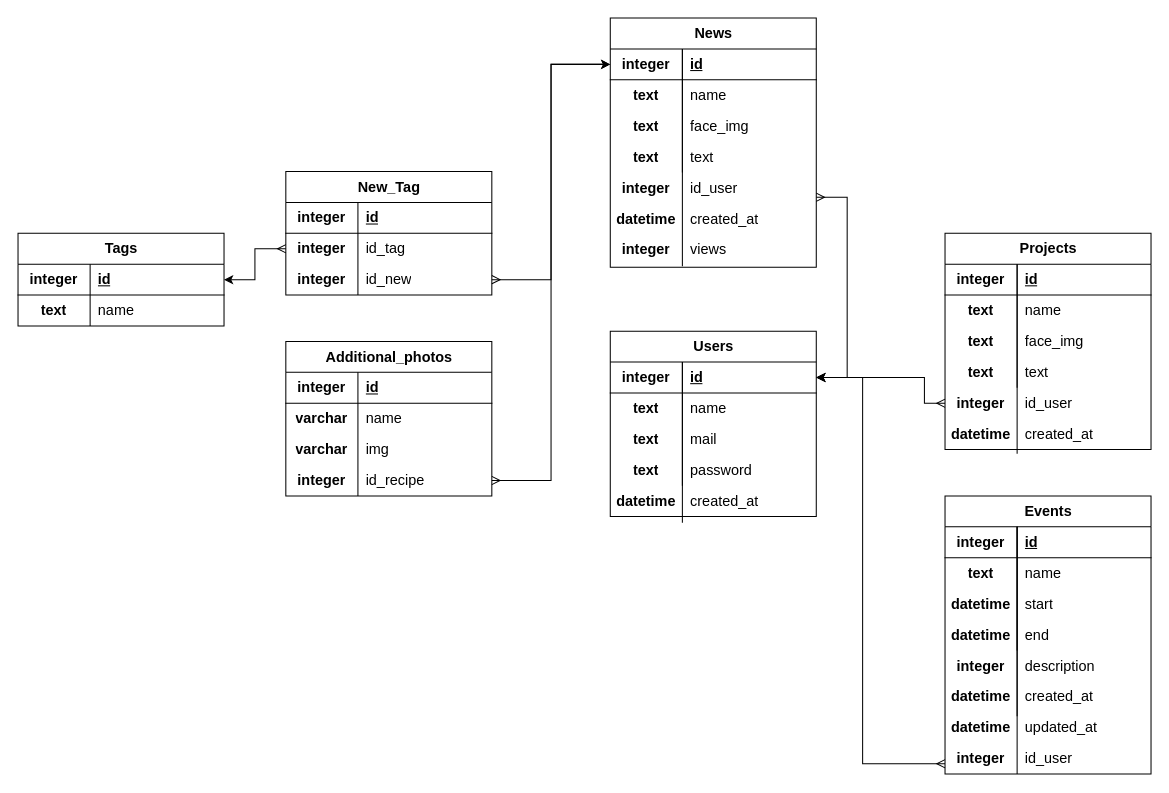
This is page "БД 3" (13 of 17) of img/Диаграмма без названия.drawio from Discordiks/Pink_girls, a draw.io file, before an edit. Source tidied: cells renumbered, new cells numbered last; positions are measured from the earlier drawing's top-left corner, leaving out a move shared by most shapes. Both pictures are drawn from the tidied source at 103%, with x=0, y=0 at pixel (18, 18).
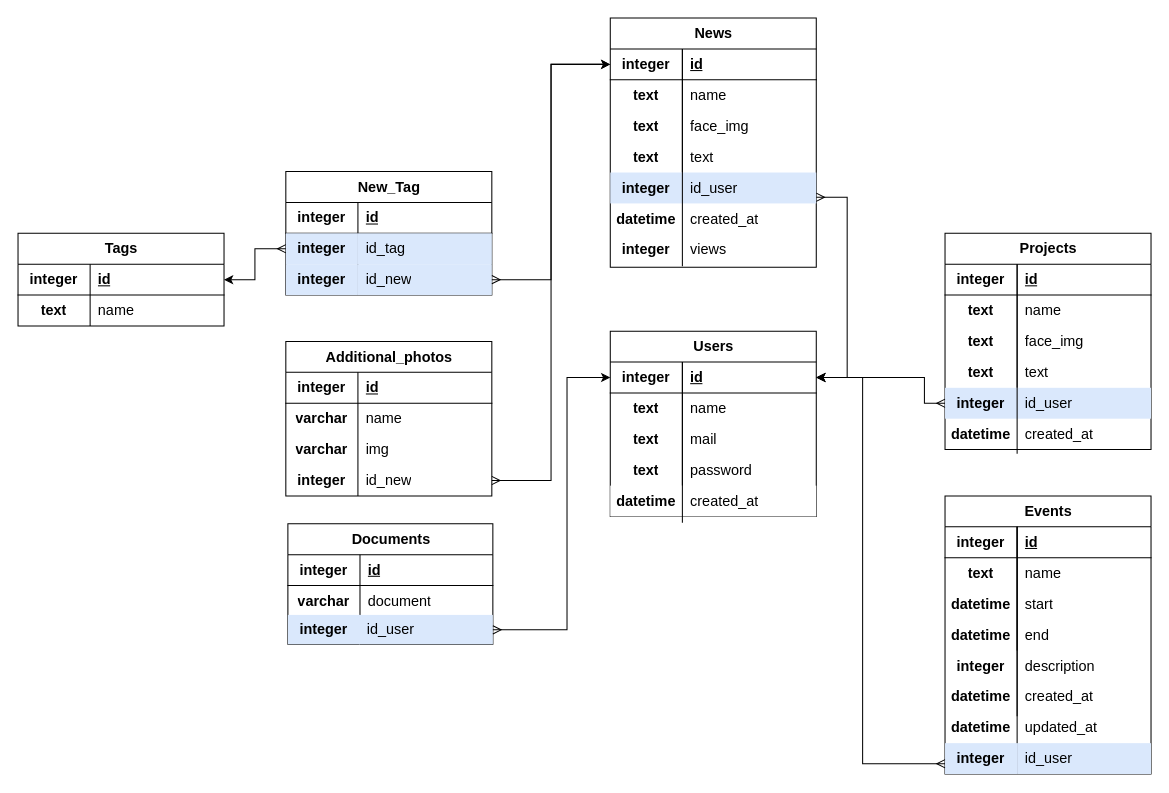
Above is the later version.

Unchanged cells that the change refers to:
```xml
<mxCell id="2" style="group;fontSize=14;" parent="1" vertex="1">
  <mxGeometry x="575" width="200" height="270" as="geometry" />
</mxCell>
<mxCell id="26" style="group;fontSize=14;" parent="1" vertex="1">
  <mxGeometry x="260" y="149" width="200" height="120" as="geometry" />
</mxCell>
<mxCell id="31" style="shape=tableRow;horizontal=0;startSize=0;swimlaneHead=0;swimlaneBody=0;fillColor=none;points=[[0,0.5],[1,0.5]];portConstraint=eastwest;top=0;left=0;right=0;bottom=0;fontSize=14;" parent="27" vertex="1">
  <mxGeometry y="60" width="200" height="30" as="geometry" />
</mxCell>
<mxCell id="34" style="shape=tableRow;horizontal=0;startSize=0;swimlaneHead=0;swimlaneBody=0;fillColor=none;points=[[0,0.5],[1,0.5]];portConstraint=eastwest;top=0;left=0;right=0;bottom=0;fontSize=14;" parent="27" vertex="1">
  <mxGeometry y="90" width="200" height="30" as="geometry" />
</mxCell>
<mxCell id="59" style="shape=tableRow;horizontal=0;startSize=0;swimlaneHead=0;swimlaneBody=0;fillColor=none;points=[[0,0.5],[1,0.5]];portConstraint=eastwest;top=0;left=0;right=0;bottom=0;fontSize=14;" parent="49" vertex="1">
  <mxGeometry y="120" width="200" height="30" as="geometry" />
</mxCell>
<mxCell id="65" style="group;fontSize=14;" parent="1" vertex="1">
  <mxGeometry x="575" y="304" width="200" height="300" as="geometry" />
</mxCell>
<mxCell id="67" style="shape=tableRow;horizontal=0;startSize=0;swimlaneHead=0;swimlaneBody=0;fillColor=none;points=[[0,0.5],[1,0.5]];portConstraint=eastwest;top=0;left=0;right=0;bottom=1;fontSize=14;" parent="66" vertex="1">
  <mxGeometry y="30" width="200" height="30" as="geometry" />
</mxCell>
<mxCell id="90" style="group;" parent="1" vertex="1">
  <mxGeometry x="900" y="209" width="200" height="214" as="geometry" />
</mxCell>
```

What changed in the source:
```diff
@@
-    <mxCell id="19" value="id_user" style="shape=partialRectangle;fillColor=none;top=0;left=0;bottom=0;right=0;align=left;spacingLeft=6;overflow=hidden;whiteSpace=wrap;html=1;fontSize=14;" parent="2" vertex="1">
+    <mxCell id="19" value="id_user" style="shape=partialRectangle;fillColor=#dae8fc;top=0;left=0;bottom=0;right=0;align=left;spacingLeft=6;overflow=hidden;whiteSpace=wrap;html=1;fontSize=14;strokeColor=#6c8ebf;" parent="2" vertex="1">
       <mxGeometry x="70" y="150" width="130" height="30" as="geometry" />
     </mxCell>
@@
-    <mxCell id="21" value="integer" style="shape=partialRectangle;fillColor=none;top=0;left=0;bottom=0;right=0;fontStyle=1;overflow=hidden;whiteSpace=wrap;html=1;fontSize=14;" parent="2" vertex="1">
+    <mxCell id="21" value="integer" style="shape=partialRectangle;fillColor=#dae8fc;top=0;left=0;bottom=0;right=0;fontStyle=1;overflow=hidden;whiteSpace=wrap;html=1;fontSize=14;strokeColor=#6c8ebf;" parent="2" vertex="1">
       <mxGeometry y="150" width="70" height="30" as="geometry" />
     </mxCell>
@@
-    <mxCell id="33" value="id_tag" style="shape=partialRectangle;fillColor=none;top=0;left=0;bottom=0;right=0;align=left;spacingLeft=6;overflow=hidden;whiteSpace=wrap;html=1;fontSize=14;" parent="31" vertex="1">
+    <mxCell id="33" value="id_tag" style="shape=partialRectangle;fillColor=#dae8fc;top=0;left=0;bottom=0;right=0;align=left;spacingLeft=6;overflow=hidden;whiteSpace=wrap;html=1;fontSize=14;strokeColor=#6c8ebf;" parent="31" vertex="1">
       <mxGeometry x="70" width="130" height="30" as="geometry" />
     </mxCell>
@@
-    <mxCell id="36" value="id_new" style="shape=partialRectangle;fillColor=none;top=0;left=0;bottom=0;right=0;align=left;spacingLeft=6;overflow=hidden;whiteSpace=wrap;html=1;fontSize=14;" parent="34" vertex="1">
+    <mxCell id="36" value="id_new" style="shape=partialRectangle;fillColor=#dae8fc;top=0;left=0;bottom=0;right=0;align=left;spacingLeft=6;overflow=hidden;whiteSpace=wrap;html=1;fontSize=14;strokeColor=#6c8ebf;" parent="34" vertex="1">
       <mxGeometry x="70" width="130" height="30" as="geometry" />
     </mxCell>
-    <mxCell id="37" value="integer" style="shape=partialRectangle;fillColor=none;top=0;left=0;bottom=0;right=0;fontStyle=1;overflow=hidden;whiteSpace=wrap;html=1;fontSize=14;" parent="26" vertex="1">
+    <mxCell id="37" value="integer" style="shape=partialRectangle;fillColor=#dae8fc;top=0;left=0;bottom=0;right=0;fontStyle=1;overflow=hidden;whiteSpace=wrap;html=1;fontSize=14;strokeColor=#6c8ebf;" parent="26" vertex="1">
       <mxGeometry y="60" width="70" height="30" as="geometry" />
     </mxCell>
-    <mxCell id="38" value="integer" style="shape=partialRectangle;fillColor=none;top=0;left=0;bottom=0;right=0;fontStyle=1;overflow=hidden;whiteSpace=wrap;html=1;fontSize=14;" parent="26" vertex="1">
+    <mxCell id="38" value="integer" style="shape=partialRectangle;fillColor=#dae8fc;top=0;left=0;bottom=0;right=0;fontStyle=1;overflow=hidden;whiteSpace=wrap;html=1;fontSize=14;strokeColor=#6c8ebf;" parent="26" vertex="1">
       <mxGeometry y="90" width="70" height="30" as="geometry" />
     </mxCell>
@@
-    <mxCell id="61" value="id_recipe" style="shape=partialRectangle;fillColor=none;top=0;left=0;bottom=0;right=0;align=left;spacingLeft=6;overflow=hidden;whiteSpace=wrap;html=1;fontSize=14;" parent="59" vertex="1">
+    <mxCell id="61" value="id_new" style="shape=partialRectangle;fillColor=none;top=0;left=0;bottom=0;right=0;align=left;spacingLeft=6;overflow=hidden;whiteSpace=wrap;html=1;fontSize=14;" parent="59" vertex="1">
       <mxGeometry x="70" width="130" height="30" as="geometry" />
     </mxCell>
@@
-    <mxCell id="82" value="created_at" style="shape=partialRectangle;fillColor=none;top=0;left=0;bottom=0;right=0;align=left;spacingLeft=6;overflow=hidden;whiteSpace=wrap;html=1;fontSize=14;" parent="65" vertex="1">
+    <mxCell id="82" value="created_at" style="shape=partialRectangle;top=0;left=0;bottom=0;right=0;align=left;spacingLeft=6;overflow=hidden;whiteSpace=wrap;html=1;fontSize=14;" parent="65" vertex="1">
       <mxGeometry x="70" y="150" width="130" height="30" as="geometry" />
     </mxCell>
@@
-    <mxCell id="84" value="datetime" style="shape=partialRectangle;fillColor=none;top=0;left=0;bottom=0;right=0;fontStyle=1;overflow=hidden;whiteSpace=wrap;html=1;fontSize=14;" parent="65" vertex="1">
+    <mxCell id="84" value="datetime" style="shape=partialRectangle;top=0;left=0;bottom=0;right=0;fontStyle=1;overflow=hidden;whiteSpace=wrap;html=1;fontSize=14;" parent="65" vertex="1">
       <mxGeometry y="150" width="70" height="30" as="geometry" />
     </mxCell>
@@
-    <mxCell id="107" value="id_user" style="shape=partialRectangle;fillColor=none;top=0;left=0;bottom=0;right=0;align=left;spacingLeft=6;overflow=hidden;whiteSpace=wrap;html=1;fontSize=14;" parent="90" vertex="1">
+    <mxCell id="107" value="id_user" style="shape=partialRectangle;fillColor=#dae8fc;top=0;left=0;bottom=0;right=0;align=left;spacingLeft=6;overflow=hidden;whiteSpace=wrap;html=1;fontSize=14;strokeColor=#6c8ebf;" parent="90" vertex="1">
       <mxGeometry x="70" y="150" width="130" height="30" as="geometry" />
     </mxCell>
@@
-    <mxCell id="109" value="integer" style="shape=partialRectangle;fillColor=none;top=0;left=0;bottom=0;right=0;fontStyle=1;overflow=hidden;whiteSpace=wrap;html=1;fontSize=14;" parent="90" vertex="1">
+    <mxCell id="109" value="integer" style="shape=partialRectangle;fillColor=#dae8fc;top=0;left=0;bottom=0;right=0;fontStyle=1;overflow=hidden;whiteSpace=wrap;html=1;fontSize=14;strokeColor=#6c8ebf;" parent="90" vertex="1">
       <mxGeometry y="150" width="70" height="30" as="geometry" />
     </mxCell>
@@
-    <mxCell id="138" value="id_user" style="shape=partialRectangle;fillColor=none;top=0;left=0;bottom=0;right=0;align=left;spacingLeft=6;overflow=hidden;whiteSpace=wrap;html=1;fontSize=14;perimeterSpacing=999;shadow=0;strokeWidth=1;strokeColor=default;" parent="1" vertex="1">
+    <mxCell id="138" value="id_user" style="shape=partialRectangle;fillColor=#dae8fc;top=0;left=0;bottom=0;right=0;align=left;spacingLeft=6;overflow=hidden;whiteSpace=wrap;html=1;fontSize=14;perimeterSpacing=999;shadow=0;strokeWidth=1;strokeColor=#6c8ebf;" parent="1" vertex="1">
       <mxGeometry x="970" y="704" width="130" height="30" as="geometry" />
     </mxCell>
-    <mxCell id="139" value="integer" style="shape=partialRectangle;fillColor=none;top=0;left=0;bottom=0;right=0;fontStyle=1;overflow=hidden;whiteSpace=wrap;html=1;fontSize=14;" parent="1" vertex="1">
+    <mxCell id="139" value="integer" style="shape=partialRectangle;fillColor=#dae8fc;top=0;left=0;bottom=0;right=0;fontStyle=1;overflow=hidden;whiteSpace=wrap;html=1;fontSize=14;strokeColor=#6c8ebf;" parent="1" vertex="1">
       <mxGeometry x="900" y="704" width="70" height="30" as="geometry" />
     </mxCell>
@@
+    <mxCell id="141" style="group;fontSize=14;" parent="1" vertex="1">
+      <mxGeometry x="262" y="491" width="199" height="117" as="geometry" />
+    </mxCell>
+    <mxCell id="142" value="Documents" style="shape=table;startSize=30;childLayout=tableLayout;rowLines=0;fontStyle=1;align=center;html=1;fontSize=14;" parent="141" vertex="1">
+      <mxGeometry width="199" height="117" as="geometry" />
+    </mxCell>
+    <mxCell id="143" style="shape=tableRow;horizontal=0;startSize=0;swimlaneHead=0;swimlaneBody=0;fillColor=none;top=0;left=0;right=0;bottom=1;fontSize=14;" parent="142" vertex="1">
+      <mxGeometry y="30" width="199" height="30" as="geometry" />
+    </mxCell>
+    <mxCell id="144" value="integer" style="shape=partialRectangle;fillColor=none;top=0;left=0;bottom=0;right=0;fontStyle=1;overflow=hidden;whiteSpace=wrap;html=1;fontSize=14;" parent="143" vertex="1">
+      <mxGeometry width="70" height="30" as="geometry" />
+    </mxCell>
+    <mxCell id="145" value="id" style="shape=partialRectangle;fillColor=none;top=0;left=0;bottom=0;right=0;align=left;spacingLeft=6;fontStyle=5;overflow=hidden;whiteSpace=wrap;html=1;fontSize=14;" parent="143" vertex="1">
+      <mxGeometry x="70" width="129" height="30" as="geometry" />
+    </mxCell>
+    <mxCell id="146" style="shape=tableRow;horizontal=0;startSize=0;swimlaneHead=0;swimlaneBody=0;fillColor=none;top=0;left=0;right=0;bottom=0;fontSize=14;" parent="142" vertex="1">
+      <mxGeometry y="60" width="199" height="30" as="geometry" />
+    </mxCell>
+    <mxCell id="147" style="shape=partialRectangle;fillColor=none;top=0;left=0;bottom=0;right=0;overflow=hidden;whiteSpace=wrap;html=1;fontSize=14;" parent="146" vertex="1">
+      <mxGeometry width="70" height="30" as="geometry" />
+    </mxCell>
+    <mxCell id="148" value="document" style="shape=partialRectangle;fillColor=none;top=0;left=0;bottom=0;right=0;align=left;spacingLeft=6;overflow=hidden;whiteSpace=wrap;html=1;fontSize=14;" parent="146" vertex="1">
+      <mxGeometry x="70" width="129" height="30" as="geometry" />
+    </mxCell>
+    <mxCell id="149" value="varchar" style="shape=partialRectangle;fillColor=none;top=0;left=0;bottom=0;right=0;fontStyle=1;overflow=hidden;whiteSpace=wrap;html=1;fontSize=14;" parent="141" vertex="1">
+      <mxGeometry x="0.4" y="60" width="69.7" height="29.5" as="geometry" />
+    </mxCell>
+    <mxCell id="150" value="integer" style="shape=partialRectangle;fillColor=#dae8fc;top=0;left=0;bottom=0;right=0;fontStyle=1;overflow=hidden;whiteSpace=wrap;html=1;fontSize=14;strokeColor=#6c8ebf;" parent="141" vertex="1">
+      <mxGeometry y="88.5" width="70" height="28.5" as="geometry" />
+    </mxCell>
+    <mxCell id="151" value="id_user" style="shape=partialRectangle;fillColor=#dae8fc;top=0;left=0;bottom=0;right=0;align=left;spacingLeft=6;overflow=hidden;whiteSpace=wrap;html=1;fontSize=14;strokeColor=#6c8ebf;" parent="141" vertex="1">
+      <mxGeometry x="69" y="88.5" width="130" height="28.5" as="geometry" />
+    </mxCell>
+    <mxCell id="152" style="edgeStyle=orthogonalEdgeStyle;rounded=0;jettySize=auto;html=1;exitX=0;exitY=0.5;exitDx=0;exitDy=0;endArrow=ERmany;endFill=0;startArrow=classic;startFill=1;fontSize=14;" parent="1" edge="1" source="67">
+      <mxGeometry relative="1" as="geometry">
+        <mxPoint x="461" y="594" as="targetPoint" />
+        <Array as="points">
+          <mxPoint x="533" y="349" />
+          <mxPoint x="533" y="594" />
+        </Array>
+      </mxGeometry>
+    </mxCell>
```
